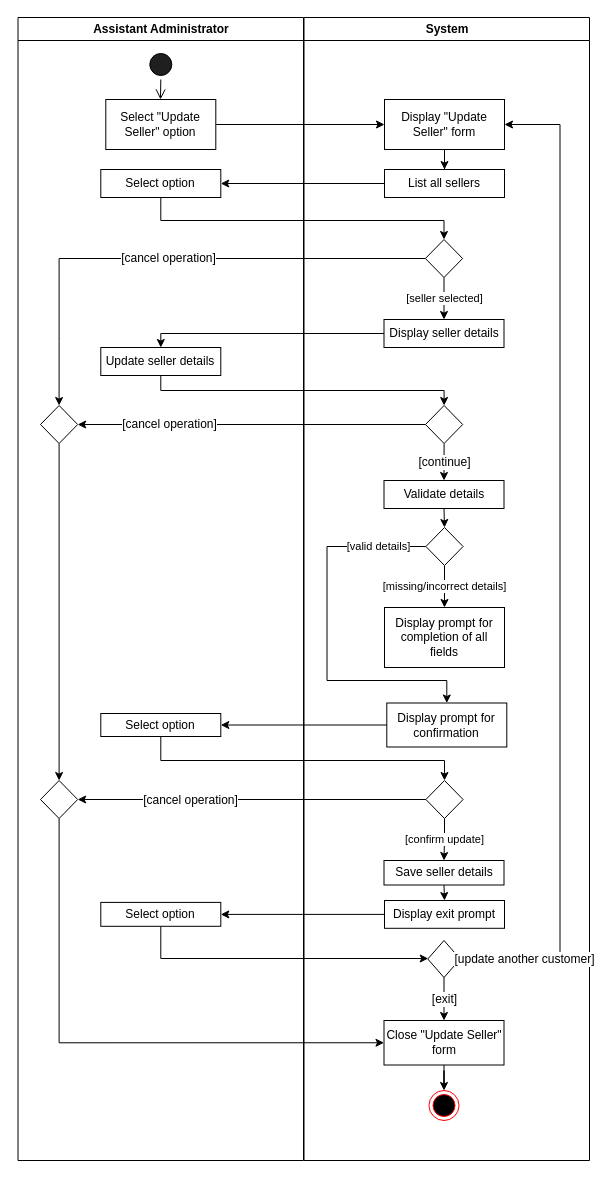
Above: 2 Update Seller.drawio in aliceypuff/5607_UML-diagrams (draw.io), before the change. Source tidied: cells renumbered, new cells numbered last; positions are measured from the earlier drawing's top-left corner, leaving out a move shared by most shapes. Both pictures are drawn from the tidied source at 100%, with x=0, y=0 at pixel (17, 17).
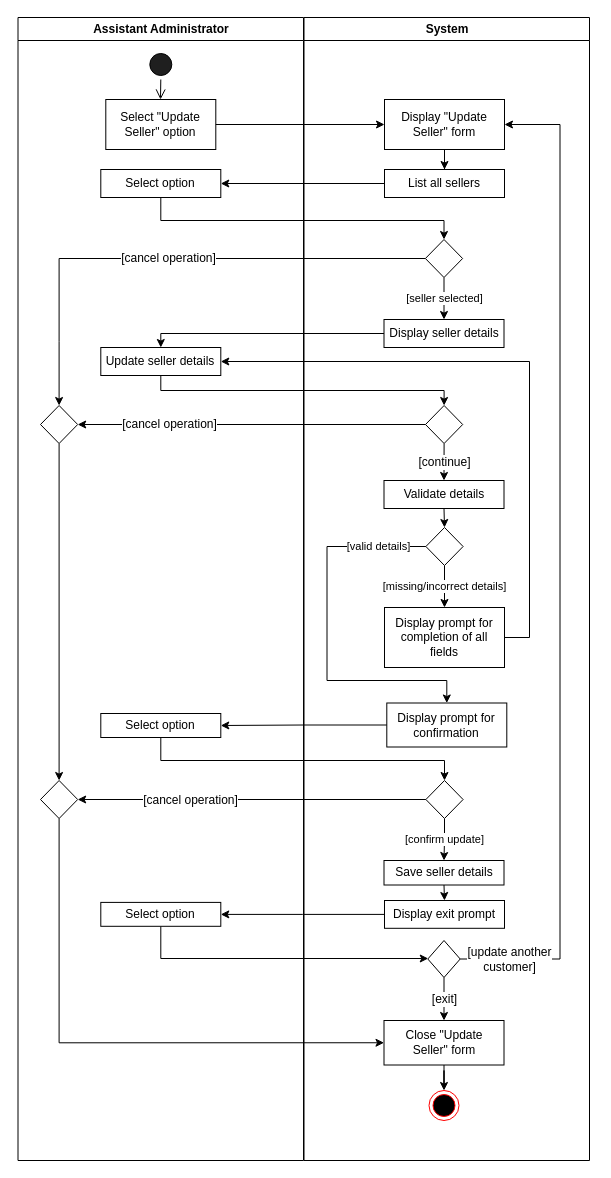
After the change.

The change refers to these unchanged cells:
```xml
<mxCell id="2" value="Assistant Administrator" style="swimlane;whiteSpace=wrap;rounded=0;" parent="1" vertex="1">
  <mxGeometry x="0.5" width="285.5" height="1143" as="geometry" />
</mxCell>
<mxCell id="7" value="Update seller details" style="whiteSpace=wrap;html=1;rounded=0;" parent="2" vertex="1">
  <mxGeometry x="82.8" y="330" width="120" height="28" as="geometry" />
</mxCell>
<mxCell id="12" value="System" style="swimlane;whiteSpace=wrap;rounded=0;" parent="1" vertex="1">
  <mxGeometry x="286.5" width="285.5" height="1143" as="geometry" />
</mxCell>
<mxCell id="14" value="Display &quot;Update Seller&quot; form" style="whiteSpace=wrap;html=1;rounded=0;" parent="12" vertex="1">
  <mxGeometry x="80.5" y="82" width="120" height="50" as="geometry" />
</mxCell>
<mxCell id="25" value="Display prompt for completion of all fields" style="whiteSpace=wrap;html=1;rounded=0;" parent="12" vertex="1">
  <mxGeometry x="80.5" y="590" width="120" height="60" as="geometry" />
</mxCell>
<mxCell id="28" style="rhombus;whiteSpace=wrap;html=1;rounded=0;" parent="12" vertex="1">
  <mxGeometry x="123.8" y="923" width="32.4" height="37" as="geometry" />
</mxCell>
```

Diff of the diagram source:
```diff
@@
     <mxCell id="8" value="Select option" style="whiteSpace=wrap;html=1;rounded=0;" parent="2" vertex="1">
-      <mxGeometry x="82.8" y="696" width="120" height="23" as="geometry" />
+      <mxGeometry x="82.8" y="696" width="120" height="24" as="geometry" />
     </mxCell>
@@
-    <mxCell id="34" value="Close &quot;Update Seller&quot; form" style="whiteSpace=wrap;html=1;rounded=0;" parent="12" vertex="1">
+    <mxCell id="34" value="Close &quot;Update &lt;br&gt;Seller&quot; form" style="whiteSpace=wrap;html=1;rounded=0;" parent="12" vertex="1">
       <mxGeometry x="80" y="1003" width="120" height="44.5" as="geometry" />
     </mxCell>
@@
-    <mxCell id="41" value="[update another customer]" style="edgeStyle=orthogonalEdgeStyle;rounded=0;jettySize=auto;html=1;exitX=1;exitY=0.5;exitDx=0;exitDy=0;fontFamily=Helvetica;fontSize=12;fontColor=default;entryX=1;entryY=0.5;entryDx=0;entryDy=0;" parent="12" edge="1" source="28" target="14">
-      <mxGeometry x="-0.87" relative="1" as="geometry">
+    <mxCell id="41" value="[update another &lt;br&gt;customer]" style="edgeStyle=orthogonalEdgeStyle;rounded=0;jettySize=auto;html=1;exitX=1;exitY=0.5;exitDx=0;exitDy=0;fontFamily=Helvetica;fontSize=12;fontColor=default;entryX=1;entryY=0.5;entryDx=0;entryDy=0;" parent="12" edge="1" source="28" target="14">
+      <mxGeometry x="-0.9" relative="1" as="geometry">
         <Array as="points">
           <mxPoint x="256" y="942" />
           <mxPoint x="256" y="107" />
         </Array>
       </mxGeometry>
     </mxCell>
@@
+    <mxCell id="53" style="edgeStyle=orthogonalEdgeStyle;rounded=0;jettySize=auto;html=1;exitX=1;exitY=0.5;exitDx=0;exitDy=0;fontFamily=Helvetica;fontSize=12;fontColor=default;entryX=1;entryY=0.5;entryDx=0;entryDy=0;" parent="1" edge="1" source="25" target="7">
+      <mxGeometry relative="1" as="geometry">
+        <Array as="points">
+          <mxPoint x="512" y="620" />
+          <mxPoint x="512" y="344" />
+        </Array>
+      </mxGeometry>
+    </mxCell>
```
